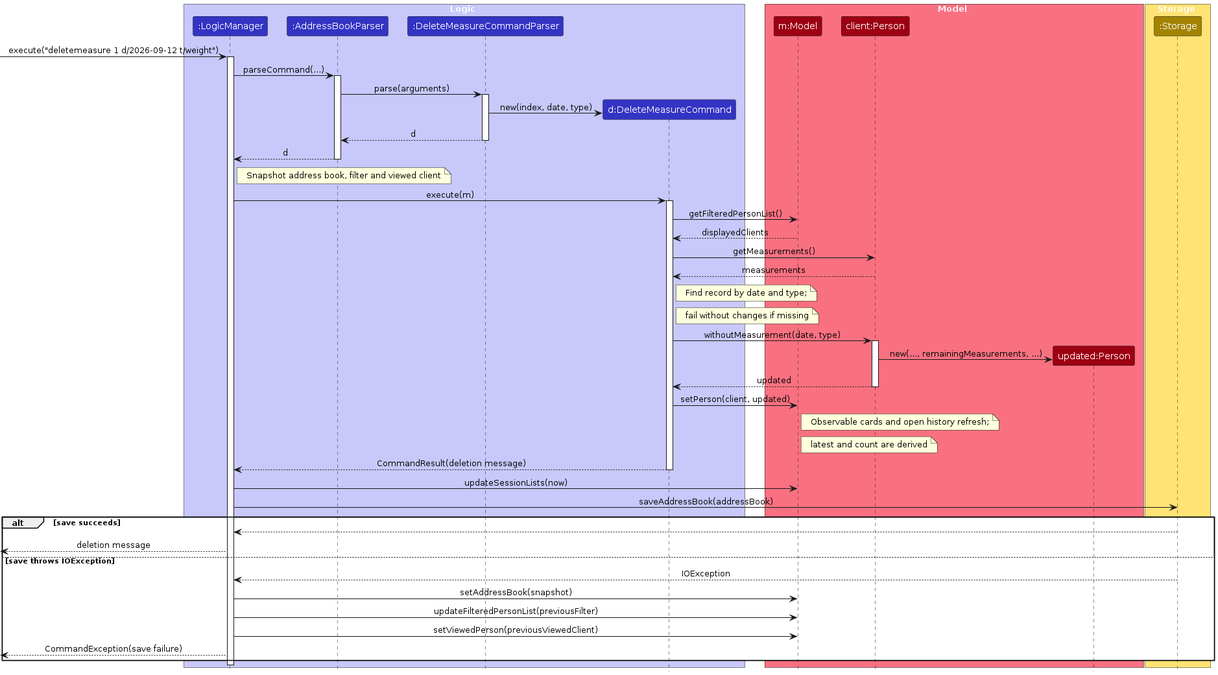
Above: diagrams/DeleteMeasureSequenceDiagram.png in AY2627S1-CS2103T-F14a-2/tp (PlantUML), before the change. Its source is kept beside it as diagrams/DeleteMeasureSequenceDiagram.puml.
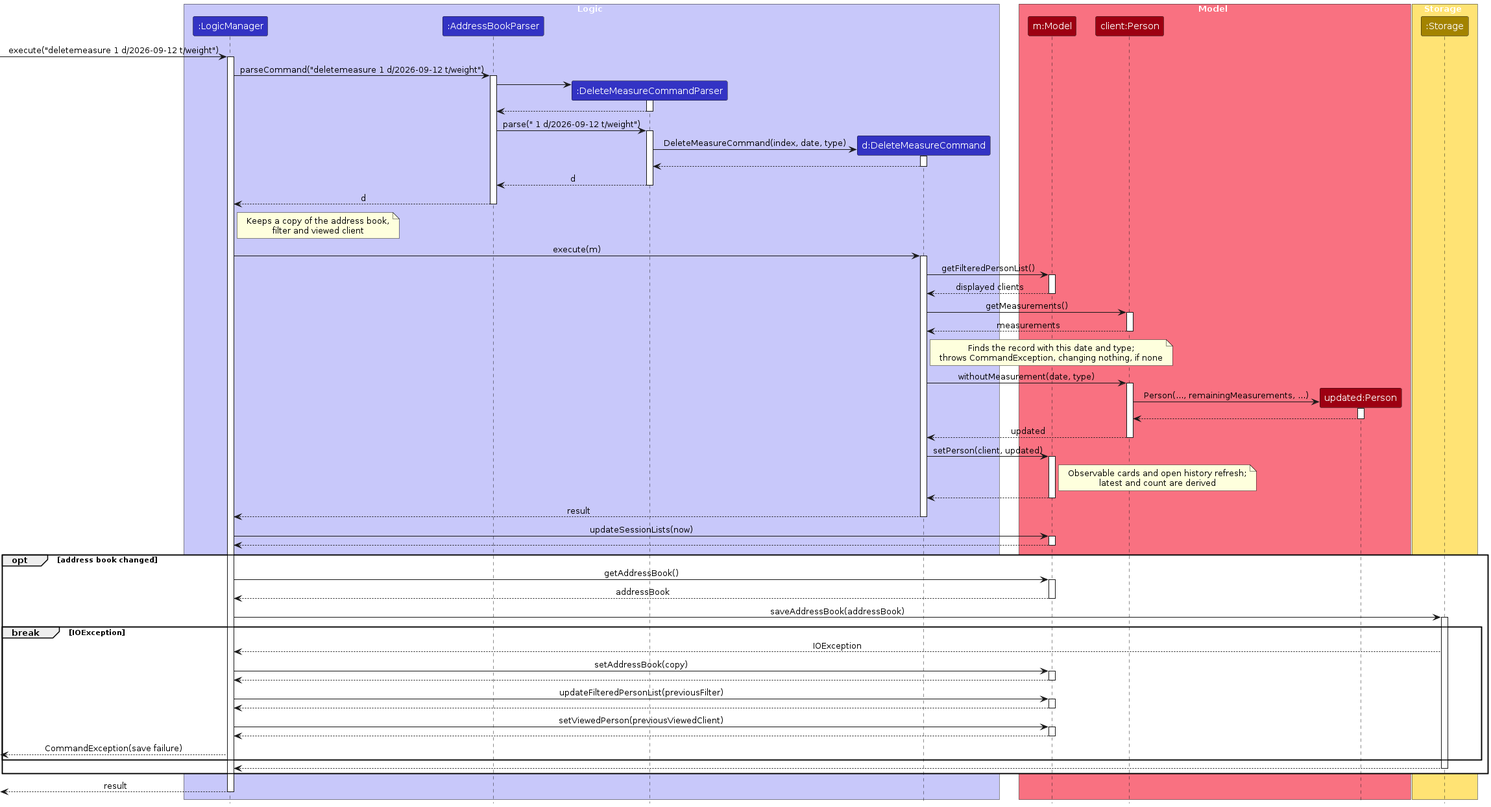
Above is the later version.

What changed in the source:
```diff
@@ -19,47 +19,82 @@
 
 [-> Logic : execute("deletemeasure 1 d/2026-09-12 t/weight")
 activate Logic
-Logic -> Parser : parseCommand(...)
+Logic -> Parser : parseCommand("deletemeasure 1 d/2026-09-12 t/weight")
 activate Parser
-Parser -> DeleteParser : parse(arguments)
+create DeleteParser
+Parser -> DeleteParser
+activate DeleteParser
+DeleteParser --> Parser
+deactivate DeleteParser
+Parser -> DeleteParser : parse(" 1 d/2026-09-12 t/weight")
 activate DeleteParser
 create Command
-DeleteParser -> Command : new(index, date, type)
+DeleteParser -> Command : DeleteMeasureCommand(index, date, type)
+activate Command
+Command --> DeleteParser
+deactivate Command
 DeleteParser --> Parser : d
 deactivate DeleteParser
 Parser --> Logic : d
 deactivate Parser
-note right of Logic : Snapshot address book, filter and viewed client
+note right of Logic : Keeps a copy of the address book,\nfilter and viewed client
 Logic -> Command : execute(m)
 activate Command
 Command -> Model : getFilteredPersonList()
-Model --> Command : displayedClients
+activate Model
+Model --> Command : displayed clients
+deactivate Model
 Command -> Client : getMeasurements()
+activate Client
 Client --> Command : measurements
-note right of Command : Find record by date and type;
-note right of Command : fail without changes if missing
+deactivate Client
+note right of Command : Finds the record with this date and type;\nthrows CommandException, changing nothing, if none
 Command -> Client : withoutMeasurement(date, type)
 activate Client
 create Updated
-Client -> Updated : new(..., remainingMeasurements, ...)
+Client -> Updated : Person(..., remainingMeasurements, ...)
+activate Updated
+Updated --> Client
+deactivate Updated
 Client --> Command : updated
 deactivate Client
 Command -> Model : setPerson(client, updated)
-note right of Model : Observable cards and open history refresh;
-note right of Model : latest and count are derived
-Command --> Logic : CommandResult(deletion message)
+activate Model
+note right of Model : Observable cards and open history refresh;\nlatest and count are derived
+Model --> Command
+deactivate Model
+Command --> Logic : result
 deactivate Command
 Logic -> Model : updateSessionLists(now)
+activate Model
+Model --> Logic
+deactivate Model
+opt address book changed
+Logic -> Model : getAddressBook()
+activate Model
+Model --> Logic : addressBook
+deactivate Model
 Logic -> Storage : saveAddressBook(addressBook)
-alt save succeeds
+activate Storage
+break IOException
+Storage --> Logic : IOException
+Logic -> Model : setAddressBook(copy)
+activate Model
+Model --> Logic
+deactivate Model
+Logic -> Model : updateFilteredPersonList(previousFilter)
+activate Model
+Model --> Logic
+deactivate Model
+Logic -> Model : setViewedPerson(previousViewedClient)
+activate Model
+Model --> Logic
+deactivate Model
+[<-- Logic : CommandException(save failure)
+end
 Storage --> Logic
-Logic -->[ : deletion message
-else save throws IOException
-Storage --> Logic : IOException
-Logic -> Model : setAddressBook(snapshot)
-Logic -> Model : updateFilteredPersonList(previousFilter)
-Logic -> Model : setViewedPerson(previousViewedClient)
-Logic -->[ : CommandException(save failure)
+deactivate Storage
 end
+[<-- Logic : result
 deactivate Logic
 @enduml
```
